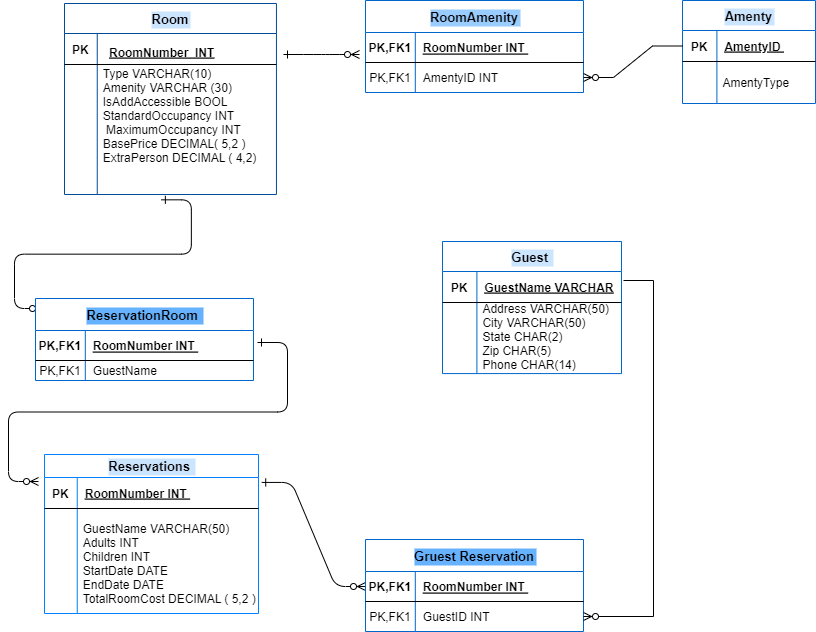
This is Shivali_HotelERD.png from shivkar/HotelReservation-Schema-MySQL-, a draw.io export, as it was before one commit. Source tidied: cells renumbered, new cells last; positions are measured from the earlier drawing's top-left corner, leaving out a move shared by most shapes.
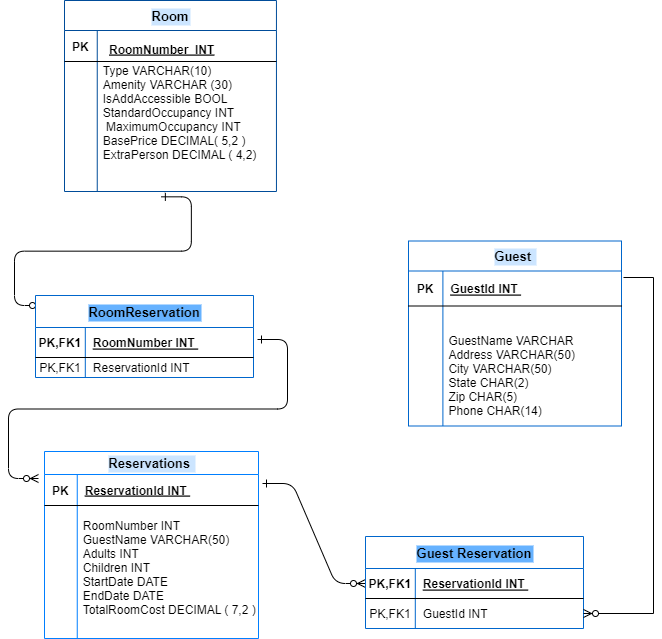
After the commit.

The edit, as a diff of the source:
```diff
@@ -32,7 +32,7 @@
       <mxGeometry x="66" y="36" width="179.2" height="31" as="geometry" />
     </mxCell>
     <mxCell id="11" value="Reservations " style="shape=table;startSize=23;rowLines=0;fontStyle=1;align=center;labelBackgroundColor=#CCE5FF;fontSize=13;strokeColor=#007FFF;" parent="1" vertex="1">
-      <mxGeometry x="9" y="454" width="214" height="159" as="geometry" />
+      <mxGeometry x="9" y="454" width="214" height="187" as="geometry" />
     </mxCell>
     <mxCell id="12" style="shape=partialRectangle;fillColor=none;points=[[0,0.5],[1,0.5]];portConstraint=eastwest;top=0;left=0;right=0;bottom=1;" parent="11" vertex="1">
       <mxGeometry y="23" width="214" height="31" as="geometry" />
@@ -40,41 +40,43 @@
     <mxCell id="13" value="PK" style="shape=partialRectangle;overflow=hidden;fillColor=none;top=0;left=0;bottom=0;right=0;fontStyle=1;" parent="12" vertex="1">
       <mxGeometry width="32.8" height="31" as="geometry" />
     </mxCell>
-    <mxCell id="14" value="RoomNumber INT " style="shape=partialRectangle;overflow=hidden;fillColor=none;top=0;left=0;bottom=0;right=0;align=left;spacingLeft=6;fontStyle=5;" parent="12" vertex="1">
+    <mxCell id="14" value="ReservationId INT " style="shape=partialRectangle;overflow=hidden;fillColor=none;top=0;left=0;bottom=0;right=0;align=left;spacingLeft=6;fontStyle=5;" parent="12" vertex="1">
       <mxGeometry x="32.8" width="181.2" height="31" as="geometry" />
     </mxCell>
     <mxCell id="15" style="shape=partialRectangle;fillColor=none;top=0;left=0;right=0;bottom=0;" parent="11" vertex="1">
-      <mxGeometry y="54" width="214" height="105" as="geometry" />
+      <mxGeometry y="54" width="214" height="133" as="geometry" />
     </mxCell>
     <mxCell id="16" style="shape=partialRectangle;overflow=hidden;fillColor=none;top=0;left=0;bottom=0;right=0;" parent="15" vertex="1">
-      <mxGeometry width="32.8" height="105" as="geometry" />
+      <mxGeometry width="32.8" height="133" as="geometry" />
     </mxCell>
-    <mxCell id="17" value="&#10;GuestName VARCHAR(50)&#10;Adults INT&#10;Children INT &#10;StartDate DATE &#10;EndDate DATE &#10;TotalRoomCost DECIMAL ( 5,2 )&#10;&#10;&#10;" style="shape=partialRectangle;overflow=hidden;fillColor=none;top=0;left=0;bottom=0;right=0;align=left;spacingLeft=6;spacing=0;" parent="15" vertex="1">
-      <mxGeometry x="32.8" width="181.2" height="105" as="geometry" />
+    <mxCell id="17" value="&#10;RoomNumber INT&#10;GuestName VARCHAR(50)&#10;Adults INT&#10;Children INT &#10;StartDate DATE &#10;EndDate DATE &#10;TotalRoomCost DECIMAL ( 7,2 )&#10;&#10;&#10;" style="shape=partialRectangle;overflow=hidden;fillColor=none;top=0;left=0;bottom=0;right=0;align=left;spacingLeft=6;spacing=0;" parent="15" vertex="1">
+      <mxGeometry x="32.8" width="181.2" height="133" as="geometry" />
     </mxCell>
-    <mxCell id="18" style="edgeStyle=entityRelationEdgeStyle;endArrow=ERzeroToMany;startArrow=ERone;endFill=1;startFill=0;entryX=0;entryY=0.5;entryDx=0;entryDy=0;exitX=1.015;exitY=0.159;exitDx=0;exitDy=0;exitPerimeter=0;" parent="1" edge="1" source="12" target="28">
-      <mxGeometry relative="1" as="geometry" />
+    <mxCell id="18" style="edgeStyle=entityRelationEdgeStyle;endArrow=ERzeroToMany;startArrow=ERone;endFill=1;startFill=0;entryX=0;entryY=0.5;entryDx=0;entryDy=0;" parent="1" edge="1" target="28">
+      <mxGeometry relative="1" as="geometry">
+        <mxPoint x="227" y="486" as="sourcePoint" />
+      </mxGeometry>
     </mxCell>
     <mxCell id="19" value="Guest " style="shape=table;startSize=30;rowLines=0;fontStyle=1;align=center;labelBackgroundColor=#CCE5FF;fontSize=13;strokeColor=#0066CC;" parent="1" vertex="1">
-      <mxGeometry x="407" y="241" width="179" height="132.1" as="geometry" />
+      <mxGeometry x="373" y="243.5" width="213" height="185" as="geometry" />
     </mxCell>
     <mxCell id="20" style="shape=partialRectangle;fillColor=none;top=0;left=0;right=0;bottom=1;" parent="19" vertex="1">
-      <mxGeometry y="30" width="179" height="31" as="geometry" />
+      <mxGeometry y="30" width="213" height="35" as="geometry" />
     </mxCell>
     <mxCell id="21" value="PK" style="shape=partialRectangle;overflow=hidden;fillColor=none;top=0;left=0;bottom=0;right=0;fontStyle=1;" parent="20" vertex="1">
-      <mxGeometry width="34.4" height="31" as="geometry" />
+      <mxGeometry width="34.4" height="35" as="geometry" />
     </mxCell>
-    <mxCell id="22" value="GuestName VARCHAR" style="shape=partialRectangle;overflow=hidden;fillColor=none;top=0;left=0;bottom=0;right=0;align=left;spacingLeft=6;fontStyle=5;" parent="20" vertex="1">
-      <mxGeometry x="34.4" width="144.6" height="31" as="geometry" />
+    <mxCell id="22" value="GuestId INT " style="shape=partialRectangle;overflow=hidden;fillColor=none;top=0;left=0;bottom=0;right=0;align=left;spacingLeft=6;fontStyle=5;" parent="20" vertex="1">
+      <mxGeometry x="34.4" width="178.6" height="35" as="geometry" />
     </mxCell>
     <mxCell id="23" style="shape=partialRectangle;fillColor=none;top=0;left=0;right=0;bottom=0;" parent="19" vertex="1">
-      <mxGeometry y="61" width="179" height="71" as="geometry" />
+      <mxGeometry y="65" width="213" height="120" as="geometry" />
     </mxCell>
     <mxCell id="24" style="shape=partialRectangle;overflow=hidden;fillColor=none;top=0;left=0;bottom=0;right=0;" parent="23" vertex="1">
-      <mxGeometry width="34.4" height="71" as="geometry" />
+      <mxGeometry width="34.4" height="120" as="geometry" />
     </mxCell>
-    <mxCell id="25" value="Address VARCHAR(50)&#10;City VARCHAR(50)&#10;State CHAR(2)&#10;Zip CHAR(5)&#10;Phone CHAR(14)&#10;&#10;&#10;" style="shape=partialRectangle;overflow=hidden;fillColor=none;top=0;left=0;bottom=0;right=0;align=left;spacingLeft=6;spacing=0;" parent="23" vertex="1">
-      <mxGeometry x="34.4" width="144.6" height="71" as="geometry" />
+    <mxCell id="25" value="&#10;&#10;GuestName VARCHAR&#10;Address VARCHAR(50)&#10;City VARCHAR(50)&#10;State CHAR(2)&#10;Zip CHAR(5)&#10;Phone CHAR(14)&#10;&#10;&#10;" style="shape=partialRectangle;overflow=hidden;fillColor=none;top=0;left=0;bottom=0;right=0;align=left;spacingLeft=6;spacing=0;" parent="23" vertex="1">
+      <mxGeometry x="34.4" width="178.6" height="120" as="geometry" />
     </mxCell>
     <mxCell id="26" style="edgeStyle=entityRelationEdgeStyle;endArrow=ERzeroToMany;startArrow=ERone;endFill=1;startFill=0;" parent="1" edge="1">
       <mxGeometry relative="1" as="geometry">
@@ -82,7 +84,7 @@
         <mxPoint x="3" y="481" as="targetPoint" />
       </mxGeometry>
     </mxCell>
-    <mxCell id="27" value="Gruest Reservation" style="shape=table;startSize=32;rowLines=0;fontStyle=1;align=center;fontSize=13;labelBackgroundColor=#66B2FF;strokeColor=#0066CC;" parent="1" vertex="1">
+    <mxCell id="27" value="Guest Reservation" style="shape=table;startSize=32;rowLines=0;fontStyle=1;align=center;fontSize=13;labelBackgroundColor=#66B2FF;strokeColor=#0066CC;" parent="1" vertex="1">
       <mxGeometry x="330" y="539" width="218" height="92" as="geometry" />
     </mxCell>
     <mxCell id="28" style="shape=partialRectangle;fillColor=none;points=[[0,0.5],[1,0.5]];portConstraint=eastwest;top=0;left=0;right=0;bottom=1;" parent="27" vertex="1">
@@ -91,7 +93,7 @@
     <mxCell id="29" value="PK,FK1" style="shape=partialRectangle;overflow=hidden;fillColor=none;top=0;left=0;bottom=0;right=0;fontStyle=1;" parent="28" vertex="1">
       <mxGeometry width="49.8" height="30" as="geometry" />
     </mxCell>
-    <mxCell id="30" value="RoomNumber INT " style="shape=partialRectangle;overflow=hidden;fillColor=none;top=0;left=0;bottom=0;right=0;align=left;spacingLeft=6;fontStyle=5;" parent="28" vertex="1">
+    <mxCell id="30" value="ReservationId INT " style="shape=partialRectangle;overflow=hidden;fillColor=none;top=0;left=0;bottom=0;right=0;align=left;spacingLeft=6;fontStyle=5;" parent="28" vertex="1">
       <mxGeometry x="49.8" width="168.2" height="30" as="geometry" />
     </mxCell>
     <mxCell id="31" style="shape=partialRectangle;fillColor=none;points=[[0,0.5],[1,0.5]];portConstraint=eastwest;top=0;left=0;right=0;bottom=0;" parent="27" vertex="1">
@@ -100,7 +102,7 @@
     <mxCell id="32" value="PK,FK1" style="shape=partialRectangle;overflow=hidden;fillColor=none;top=0;left=0;bottom=0;right=0;" parent="31" vertex="1">
       <mxGeometry width="49.8" height="30" as="geometry" />
     </mxCell>
-    <mxCell id="33" value="GuestID INT " style="shape=partialRectangle;overflow=hidden;fillColor=none;top=0;left=0;bottom=0;right=0;align=left;spacingLeft=6;" parent="31" vertex="1">
+    <mxCell id="33" value="GuestId INT " style="shape=partialRectangle;overflow=hidden;fillColor=none;top=0;left=0;bottom=0;right=0;align=left;spacingLeft=6;" parent="31" vertex="1">
       <mxGeometry x="49.8" width="168.2" height="30" as="geometry" />
     </mxCell>
     <mxCell id="34" style="edgeStyle=entityRelationEdgeStyle;fontSize=12;html=1;endArrow=ERzeroToMany;endFill=1;rounded=0;" parent="1" edge="1" target="31">
@@ -108,34 +110,7 @@
         <mxPoint x="588" y="280" as="sourcePoint" />
       </mxGeometry>
     </mxCell>
-    <mxCell id="35" value="RoomAmenity" style="shape=table;startSize=32;rowLines=0;fontStyle=1;align=center;fontSize=13;labelBackgroundColor=#99CCFF;strokeColor=#0066CC;" parent="1" vertex="1">
-      <mxGeometry x="330" width="218" height="92" as="geometry" />
-    </mxCell>
-    <mxCell id="36" style="shape=partialRectangle;fillColor=none;top=0;left=0;right=0;bottom=1;" parent="35" vertex="1">
-      <mxGeometry y="32" width="218" height="30" as="geometry" />
-    </mxCell>
-    <mxCell id="37" value="PK,FK1" style="shape=partialRectangle;overflow=hidden;fillColor=none;top=0;left=0;bottom=0;right=0;fontStyle=1;" parent="36" vertex="1">
-      <mxGeometry width="49.8" height="30" as="geometry" />
-    </mxCell>
-    <mxCell id="38" value="RoomNumber INT " style="shape=partialRectangle;overflow=hidden;fillColor=none;top=0;left=0;bottom=0;right=0;align=left;spacingLeft=6;fontStyle=5;" parent="36" vertex="1">
-      <mxGeometry x="49.8" width="168.2" height="30" as="geometry" />
-    </mxCell>
-    <mxCell id="39" style="shape=partialRectangle;fillColor=none;points=[[0,0.5],[1,0.5]];portConstraint=eastwest;top=0;left=0;right=0;bottom=0;" parent="35" vertex="1">
-      <mxGeometry y="62" width="218" height="30" as="geometry" />
-    </mxCell>
-    <mxCell id="40" value="PK,FK1" style="shape=partialRectangle;overflow=hidden;fillColor=none;top=0;left=0;bottom=0;right=0;" parent="39" vertex="1">
-      <mxGeometry width="49.8" height="30" as="geometry" />
-    </mxCell>
-    <mxCell id="41" value="AmentyID INT " style="shape=partialRectangle;overflow=hidden;fillColor=none;top=0;left=0;bottom=0;right=0;align=left;spacingLeft=6;" parent="39" vertex="1">
-      <mxGeometry x="49.8" width="168.2" height="30" as="geometry" />
-    </mxCell>
-    <mxCell id="42" style="edgeStyle=entityRelationEdgeStyle;endArrow=ERzeroToMany;startArrow=ERone;endFill=1;startFill=0;" parent="1" edge="1">
-      <mxGeometry relative="1" as="geometry">
-        <mxPoint x="248" y="54" as="sourcePoint" />
-        <mxPoint x="324" y="54" as="targetPoint" />
-      </mxGeometry>
-    </mxCell>
-    <mxCell id="43" value="ReservationRoom " style="shape=table;startSize=32;rowLines=0;fontStyle=1;align=center;fontSize=13;labelBackgroundColor=#66B2FF;strokeColor=#0066CC;" parent="1" vertex="1">
+    <mxCell id="43" value="RoomReservation" style="shape=table;startSize=32;rowLines=0;fontStyle=1;align=center;fontSize=13;labelBackgroundColor=#66B2FF;strokeColor=#0066CC;" parent="1" vertex="1">
       <mxGeometry y="298" width="218" height="82" as="geometry" />
     </mxCell>
     <mxCell id="44" style="shape=partialRectangle;fillColor=none;top=0;left=0;right=0;bottom=1;" parent="43" vertex="1">
@@ -153,32 +128,8 @@
     <mxCell id="48" value="PK,FK1" style="shape=partialRectangle;overflow=hidden;fillColor=none;top=0;left=0;bottom=0;right=0;" parent="47" vertex="1">
       <mxGeometry width="49.8" height="20" as="geometry" />
     </mxCell>
-    <mxCell id="49" value="GuestName " style="shape=partialRectangle;overflow=hidden;fillColor=none;top=0;left=0;bottom=0;right=0;align=left;spacingLeft=6;" parent="47" vertex="1">
+    <mxCell id="49" value="ReservationId INT " style="shape=partialRectangle;overflow=hidden;fillColor=none;top=0;left=0;bottom=0;right=0;align=left;spacingLeft=6;" parent="47" vertex="1">
       <mxGeometry x="49.8" width="168.2" height="20" as="geometry" />
     </mxCell>
-    <mxCell id="50" value="Amenty" style="shape=table;startSize=30;rowLines=0;fontStyle=1;align=center;labelBackgroundColor=#CCE5FF;fontSize=13;strokeColor=#0066CC;" parent="1" vertex="1">
-      <mxGeometry x="647" width="133" height="103" as="geometry" />
-    </mxCell>
-    <mxCell id="51" style="shape=partialRectangle;fillColor=none;points=[[0,0.5],[1,0.5]];portConstraint=eastwest;top=0;left=0;right=0;bottom=1;" parent="50" vertex="1">
-      <mxGeometry y="30" width="133" height="31" as="geometry" />
-    </mxCell>
-    <mxCell id="52" value="PK" style="shape=partialRectangle;overflow=hidden;fillColor=none;top=0;left=0;bottom=0;right=0;fontStyle=1;" parent="51" vertex="1">
-      <mxGeometry width="34.4" height="31" as="geometry" />
-    </mxCell>
-    <mxCell id="53" value="AmentyID " style="shape=partialRectangle;overflow=hidden;fillColor=none;top=0;left=0;bottom=0;right=0;align=left;spacingLeft=6;fontStyle=5;" parent="51" vertex="1">
-      <mxGeometry x="34.4" width="98.6" height="31" as="geometry" />
-    </mxCell>
-    <mxCell id="54" style="shape=partialRectangle;fillColor=none;top=0;left=0;right=0;bottom=0;" parent="50" vertex="1">
-      <mxGeometry y="61" width="133" height="42" as="geometry" />
-    </mxCell>
-    <mxCell id="55" style="shape=partialRectangle;overflow=hidden;fillColor=none;top=0;left=0;bottom=0;right=0;" parent="54" vertex="1">
-      <mxGeometry width="34.4" height="42" as="geometry" />
-    </mxCell>
-    <mxCell id="56" value="AmentyType " style="shape=partialRectangle;overflow=hidden;fillColor=none;top=0;left=0;bottom=0;right=0;align=left;spacingLeft=6;spacing=0;" parent="54" vertex="1">
-      <mxGeometry x="34.4" width="98.6" height="42" as="geometry" />
-    </mxCell>
-    <mxCell id="57" style="edgeStyle=entityRelationEdgeStyle;fontSize=12;html=1;endArrow=ERzeroToMany;endFill=1;rounded=0;exitX=0;exitY=0.5;exitDx=0;exitDy=0;entryX=1;entryY=0.5;entryDx=0;entryDy=0;" parent="1" edge="1" source="51" target="39">
-      <mxGeometry relative="1" as="geometry" />
-    </mxCell>
   </root>
 </mxGraphModel>
```
